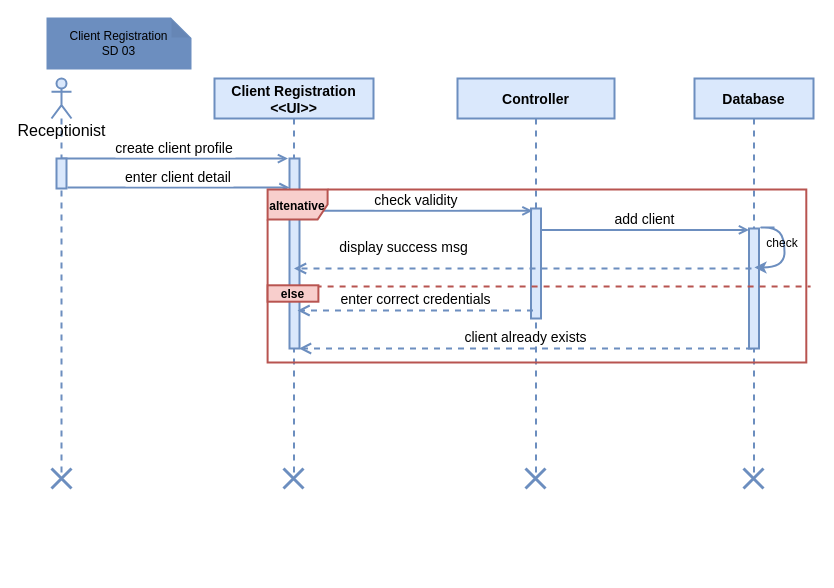
Earlier version of the draw.io diagram page "Client Registration SD" (4 of 6) of Sequence Diagram.drawio (fasil712/UML_Diagram_Design). Source tidied: cells renumbered, new cells numbered last; positions are measured from the earlier drawing's top-left corner, leaving out a move shared by most shapes. Both pictures are drawn from the tidied source at 100%, with x=0, y=0 at pixel (47, 18).
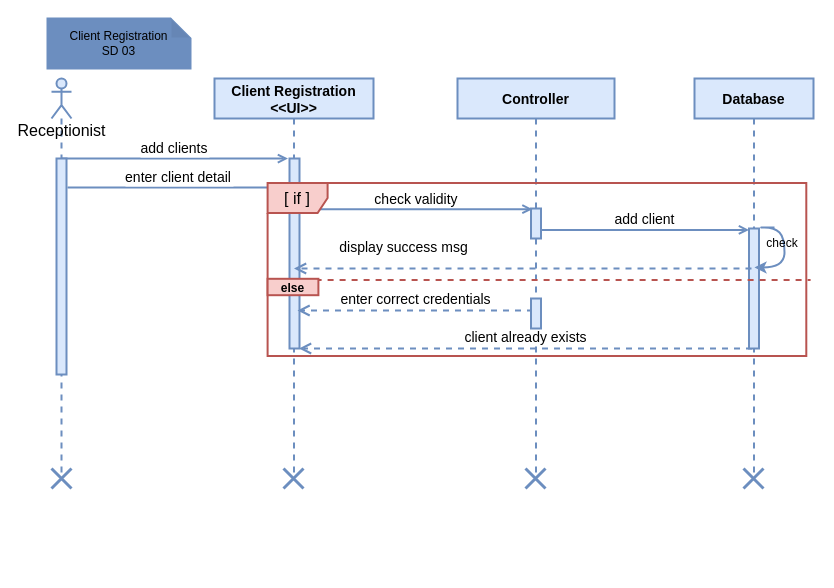
Above is the later version.

The change refers to these unchanged cells:
```xml
<mxCell id="2" style="group;" parent="1" vertex="1">
  <mxGeometry width="770" height="553" as="geometry" />
</mxCell>
<mxCell id="5" value="Controller" style="shape=umlLifeline;perimeter=lifelinePerimeter;rounded=0;shadow=0;strokeWidth=2;fillColor=#dae8fc;strokeColor=#6c8ebf;fontSize=14;fontStyle=1;" parent="2" vertex="1">
  <mxGeometry x="410" y="60" width="157" height="400" as="geometry" />
</mxCell>
<mxCell id="8" value="Receptionist" style="shape=umlLifeline;participant=umlActor;perimeter=lifelinePerimeter;html=1;verticalAlign=top;spacingTop=36;outlineConnect=0;size=40;fillColor=#dae8fc;strokeColor=#6c8ebf;fontSize=16;strokeWidth=2;" parent="2" vertex="1">
  <mxGeometry x="4" y="60" width="20" height="400" as="geometry" />
</mxCell>
```

The edit, as a diff of the source:
```diff
@@
     <mxCell id="6" style="points=[];perimeter=orthogonalPerimeter;rounded=0;shadow=0;strokeWidth=2;fillColor=#dae8fc;strokeColor=#6c8ebf;fontSize=16;" parent="5" vertex="1">
-      <mxGeometry x="73.5" y="130" width="10" height="110" as="geometry" />
+      <mxGeometry x="73.5" y="130" width="10" height="30" as="geometry" />
     </mxCell>
-    <mxCell id="7" value="create client profile" style="verticalAlign=bottom;endArrow=open;shadow=0;strokeWidth=2;entryX=-0.1;entryY=0.005;entryDx=0;entryDy=0;entryPerimeter=0;fillColor=#dae8fc;strokeColor=#6c8ebf;fontSize=14;endFill=0;" parent="2" edge="1" source="8">
+    <mxCell id="7" value="add clients" style="verticalAlign=bottom;endArrow=open;shadow=0;strokeWidth=2;entryX=-0.1;entryY=0.005;entryDx=0;entryDy=0;entryPerimeter=0;fillColor=#dae8fc;strokeColor=#6c8ebf;fontSize=14;endFill=0;" parent="2" edge="1" source="8">
       <mxGeometry relative="1" as="geometry">
         <mxPoint x="240.5" y="140.1" as="targetPoint" />
       </mxGeometry>
     </mxCell>
@@
     <mxCell id="9" style="html=1;perimeter=orthogonalPerimeter;fillColor=#dae8fc;strokeColor=#6c8ebf;fontSize=16;strokeWidth=2;" parent="8" vertex="1">
-      <mxGeometry x="5" y="80" width="10" height="30" as="geometry" />
+      <mxGeometry x="5" y="80" width="10" height="216" as="geometry" />
     </mxCell>
@@
     <mxCell id="26" style="group;" parent="2" vertex="1">
-      <mxGeometry x="218" y="171" width="543" height="173" as="geometry" />
+      <mxGeometry x="218" y="164.5" width="543" height="173" as="geometry" />
     </mxCell>
-    <mxCell id="27" value="&lt;b&gt;&lt;font style=&quot;font-size: 12px;&quot;&gt;altenative&lt;/font&gt;&lt;/b&gt;" style="shape=umlFrame;whiteSpace=wrap;html=1;fillColor=#f8cecc;strokeColor=#b85450;fontSize=16;strokeWidth=2;" parent="26" vertex="1">
+    <mxCell id="27" value="[ if ]" style="shape=umlFrame;whiteSpace=wrap;html=1;fillColor=#f8cecc;strokeColor=#b85450;fontSize=16;strokeWidth=2;" parent="26" vertex="1">
       <mxGeometry x="2.1" width="538.7" height="173" as="geometry" />
     </mxCell>
@@
+    <mxCell id="30" style="perimeter=orthogonalPerimeter;rounded=0;shadow=0;strokeWidth=2;fillColor=#dae8fc;strokeColor=#6c8ebf;fontSize=16;" parent="1" vertex="1">
+      <mxGeometry x="483.5" y="280" width="10" height="30" as="geometry" />
+    </mxCell>
```
